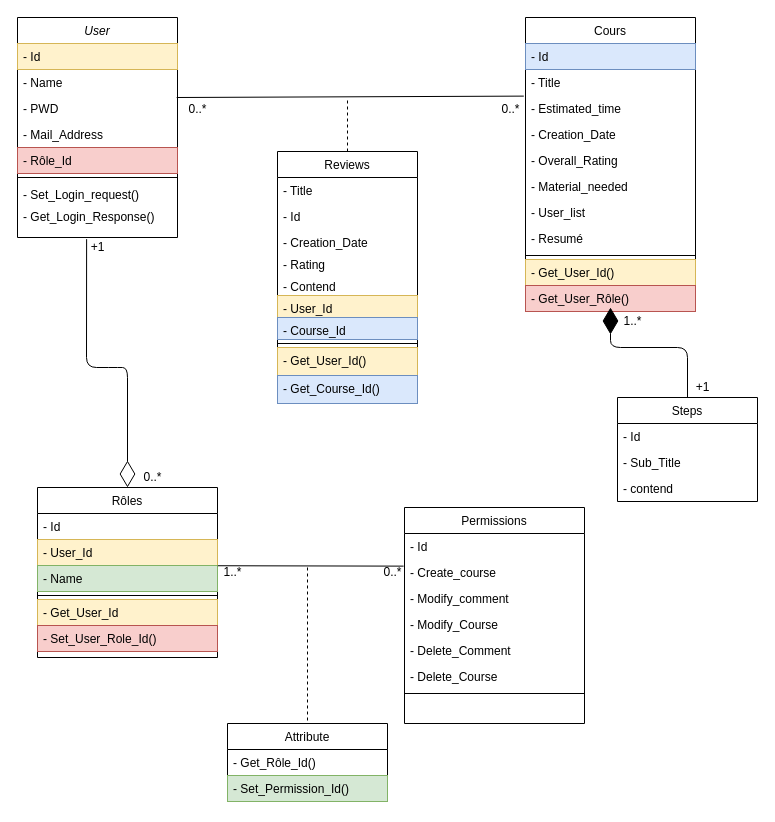
The draw.io diagram Framing/Class_Diagram.drawio in thiibault/MOOC, before the edit. Source tidied: cells renumbered, new cells numbered last; positions are measured from the earlier drawing's top-left corner, leaving out a move shared by most shapes. Both pictures are drawn from the tidied source at 100%, with x=0, y=0 at pixel (17, 17).
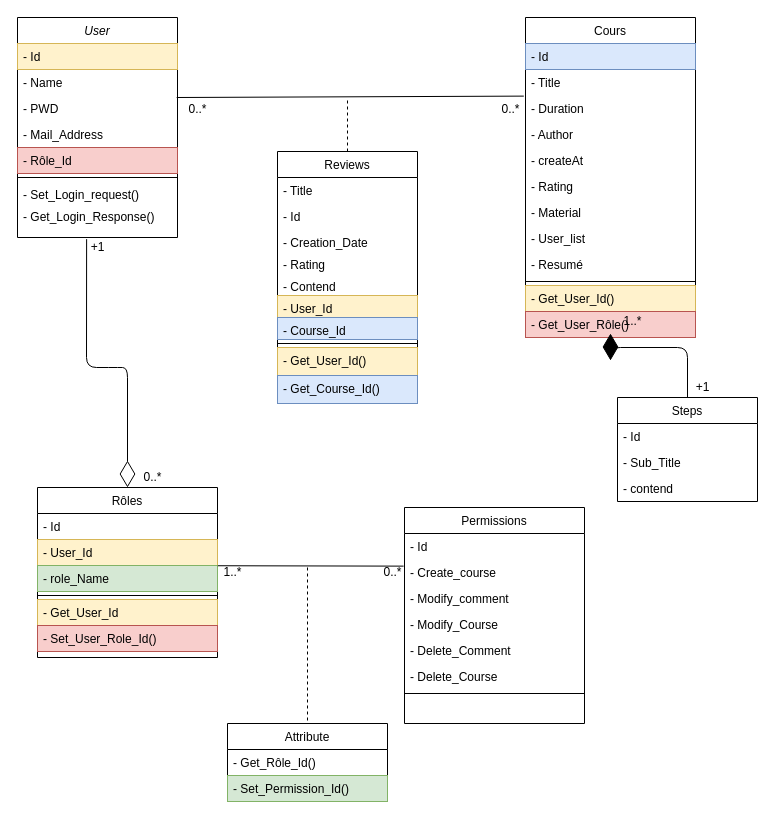
The same page after the edit.

Unchanged cells that the change refers to:
```xml
<mxCell id="45" value="Rôles" style="swimlane;fontStyle=0;align=center;verticalAlign=top;horizontal=1;startSize=26;rounded=0;shadow=0;strokeWidth=1;" parent="1" vertex="1">
  <mxGeometry x="20" y="470" width="180" height="170" as="geometry" />
</mxCell>
```

Diff of the diagram source:
```diff
@@
     <mxCell id="15" value="Cours" style="swimlane;fontStyle=0;horizontal=1;startSize=26;fillColor=none;" parent="1" vertex="1">
-      <mxGeometry x="508" width="170" height="294" as="geometry" />
+      <mxGeometry x="508" width="170" height="320" as="geometry" />
     </mxCell>
@@
-    <mxCell id="18" value="- Estimated_time" style="text;strokeColor=none;fillColor=none;align=left;verticalAlign=top;spacingLeft=4;spacingRight=4;overflow=hidden;points=[[0,0.5],[1,0.5]];portConstraint=eastwest;" parent="15" vertex="1">
+    <mxCell id="18" value="- Duration" style="text;strokeColor=none;fillColor=none;align=left;verticalAlign=top;spacingLeft=4;spacingRight=4;overflow=hidden;points=[[0,0.5],[1,0.5]];portConstraint=eastwest;" parent="15" vertex="1">
       <mxGeometry y="78" width="170" height="26" as="geometry" />
     </mxCell>
+    <mxCell id="70" value="- Author" style="text;strokeColor=none;fillColor=none;align=left;verticalAlign=top;spacingLeft=4;spacingRight=4;overflow=hidden;" parent="15" vertex="1">
+      <mxGeometry y="104" width="170" height="26" as="geometry" />
+    </mxCell>
-    <mxCell id="19" value="- Creation_Date" style="text;strokeColor=none;fillColor=none;align=left;verticalAlign=top;spacingLeft=4;spacingRight=4;overflow=hidden;" parent="15" vertex="1">
-      <mxGeometry y="104" width="170" height="26" as="geometry" />
+    <mxCell id="19" value="- createAt" style="text;strokeColor=none;fillColor=none;align=left;verticalAlign=top;spacingLeft=4;spacingRight=4;overflow=hidden;" parent="15" vertex="1">
+      <mxGeometry y="130" width="170" height="26" as="geometry" />
     </mxCell>
-    <mxCell id="20" value="- Overall_Rating" style="text;strokeColor=none;fillColor=none;align=left;verticalAlign=top;spacingLeft=4;spacingRight=4;overflow=hidden;" parent="15" vertex="1">
-      <mxGeometry y="130" width="170" height="26" as="geometry" />
+    <mxCell id="20" value="- Rating" style="text;strokeColor=none;fillColor=none;align=left;verticalAlign=top;spacingLeft=4;spacingRight=4;overflow=hidden;" parent="15" vertex="1">
+      <mxGeometry y="156" width="170" height="26" as="geometry" />
     </mxCell>
-    <mxCell id="21" value="- Material_needed" style="text;strokeColor=none;fillColor=none;align=left;verticalAlign=top;spacingLeft=4;spacingRight=4;overflow=hidden;" parent="15" vertex="1">
-      <mxGeometry y="156" width="170" height="26" as="geometry" />
+    <mxCell id="21" value="- Material" style="text;strokeColor=none;fillColor=none;align=left;verticalAlign=top;spacingLeft=4;spacingRight=4;overflow=hidden;" parent="15" vertex="1">
+      <mxGeometry y="182" width="170" height="26" as="geometry" />
     </mxCell>
     <mxCell id="22" value="- User_list" style="text;strokeColor=none;fillColor=none;align=left;verticalAlign=top;spacingLeft=4;spacingRight=4;overflow=hidden;" parent="15" vertex="1">
-      <mxGeometry y="182" width="170" height="26" as="geometry" />
+      <mxGeometry y="208" width="170" height="26" as="geometry" />
     </mxCell>
     <mxCell id="23" value="- Resumé" style="text;strokeColor=none;fillColor=none;align=left;verticalAlign=top;spacingLeft=4;spacingRight=4;overflow=hidden;" parent="15" vertex="1">
-      <mxGeometry y="208" width="170" height="26" as="geometry" />
+      <mxGeometry y="234" width="170" height="26" as="geometry" />
     </mxCell>
     <mxCell id="24" style="line;html=1;strokeWidth=1;align=left;verticalAlign=middle;spacingTop=-1;spacingLeft=3;spacingRight=3;labelPosition=right;" parent="15" vertex="1">
-      <mxGeometry y="234" width="170" height="8" as="geometry" />
+      <mxGeometry y="260" width="170" height="8" as="geometry" />
     </mxCell>
     <mxCell id="25" value="- Get_User_Id()" style="text;strokeColor=#d6b656;fillColor=#fff2cc;align=left;verticalAlign=top;spacingLeft=4;spacingRight=4;overflow=hidden;" parent="15" vertex="1">
-      <mxGeometry y="242" width="170" height="26" as="geometry" />
+      <mxGeometry y="268" width="170" height="26" as="geometry" />
     </mxCell>
     <mxCell id="26" value="- Get_User_Rôle()" style="text;strokeColor=#b85450;fillColor=#f8cecc;align=left;verticalAlign=top;spacingLeft=4;spacingRight=4;overflow=hidden;points=[[0,0.5],[1,0.5]];portConstraint=eastwest;" parent="15" vertex="1">
-      <mxGeometry y="268" width="170" height="26" as="geometry" />
+      <mxGeometry y="294" width="170" height="26" as="geometry" />
     </mxCell>
@@
-    <mxCell id="48" value="- Name" style="text;align=left;verticalAlign=top;spacingLeft=4;spacingRight=4;overflow=hidden;rounded=0;shadow=0;html=0;fillColor=#d5e8d4;strokeColor=#82b366;" parent="45" vertex="1">
+    <mxCell id="48" value="- role_Name" style="text;align=left;verticalAlign=top;spacingLeft=4;spacingRight=4;overflow=hidden;rounded=0;shadow=0;html=0;fillColor=#d5e8d4;strokeColor=#82b366;" parent="45" vertex="1">
       <mxGeometry y="78" width="180" height="26" as="geometry" />
     </mxCell>
```
